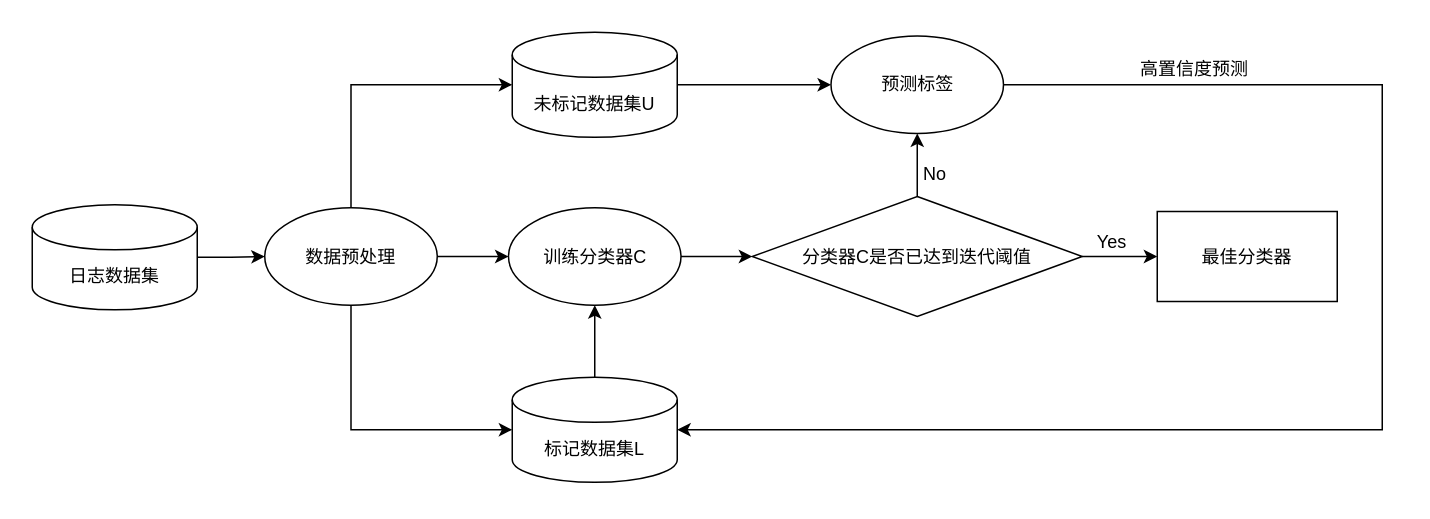
Gleiphir2769/my-draw keeps this draw.io diagram as 4.2-1.drawio. Above is the earlier version. Source tidied: cells renumbered, new cells numbered last; positions are measured from the earlier drawing's top-left corner, leaving out a move shared by most shapes. Both pictures are drawn from the tidied source at 150%, with x=0, y=0 at pixel (32, 32).
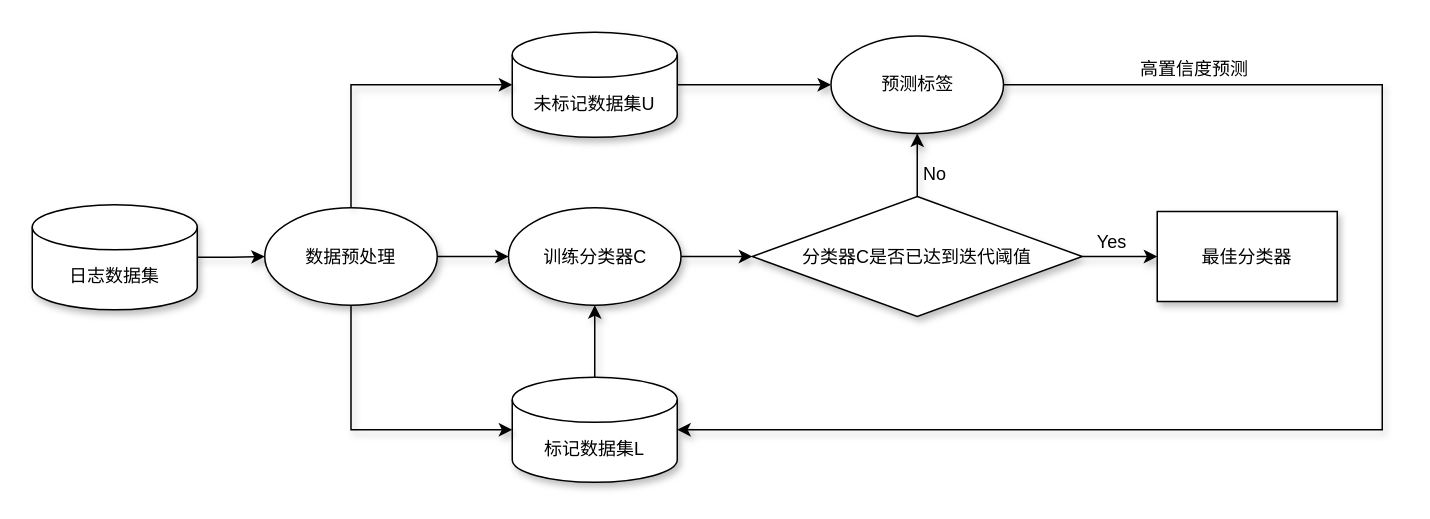
The same diagram, later.

What changed in the source:
```diff
@@
-    <mxCell id="2" style="edgeStyle=orthogonalEdgeStyle;rounded=0;jettySize=auto;html=1;" parent="1" edge="1" source="3" target="8">
+    <mxCell id="2" style="edgeStyle=orthogonalEdgeStyle;rounded=0;jettySize=auto;html=1;shadow=1;" parent="1" edge="1" source="3" target="8">
       <mxGeometry relative="1" as="geometry" />
     </mxCell>
-    <mxCell id="3" value="日志数据集" style="shape=cylinder3;whiteSpace=wrap;html=1;boundedLbl=1;backgroundOutline=1;size=15;" parent="1" vertex="1">
+    <mxCell id="3" value="日志数据集" style="shape=cylinder3;whiteSpace=wrap;html=1;boundedLbl=1;backgroundOutline=1;size=15;shadow=1;" parent="1" vertex="1">
       <mxGeometry y="115" width="110" height="70" as="geometry" />
     </mxCell>
-    <mxCell id="4" style="edgeStyle=orthogonalEdgeStyle;rounded=0;jettySize=auto;html=1;" parent="1" edge="1" source="6" target="15">
+    <mxCell id="4" style="edgeStyle=orthogonalEdgeStyle;rounded=0;jettySize=auto;html=1;shadow=1;" parent="1" edge="1" source="6" target="15">
       <mxGeometry relative="1" as="geometry" />
     </mxCell>
-    <mxCell id="5" style="edgeStyle=orthogonalEdgeStyle;rounded=0;jettySize=auto;html=1;" parent="1" edge="1" source="6" target="18">
+    <mxCell id="5" style="edgeStyle=orthogonalEdgeStyle;rounded=0;jettySize=auto;html=1;shadow=1;" parent="1" edge="1" source="6" target="18">
       <mxGeometry relative="1" as="geometry" />
     </mxCell>
-    <mxCell id="6" value="分类器C是否已达到迭代阈值" style="rhombus;whiteSpace=wrap;html=1;" parent="1" vertex="1">
+    <mxCell id="6" value="分类器C是否已达到迭代阈值" style="rhombus;whiteSpace=wrap;html=1;shadow=1;" parent="1" vertex="1">
       <mxGeometry x="480" y="109.5" width="220" height="80" as="geometry" />
     </mxCell>
-    <mxCell id="7" style="edgeStyle=orthogonalEdgeStyle;rounded=0;jettySize=auto;html=1;" parent="1" edge="1" source="8" target="10">
+    <mxCell id="7" style="edgeStyle=orthogonalEdgeStyle;rounded=0;jettySize=auto;html=1;shadow=1;" parent="1" edge="1" source="8" target="10">
       <mxGeometry relative="1" as="geometry" />
     </mxCell>
-    <mxCell id="8" value="数据预处理" style="ellipse;whiteSpace=wrap;html=1;" parent="1" vertex="1">
+    <mxCell id="8" value="数据预处理" style="ellipse;whiteSpace=wrap;html=1;shadow=1;" parent="1" vertex="1">
       <mxGeometry x="155" y="117" width="115" height="65" as="geometry" />
     </mxCell>
-    <mxCell id="9" style="edgeStyle=orthogonalEdgeStyle;rounded=0;jettySize=auto;html=1;" parent="1" edge="1" source="10" target="6">
+    <mxCell id="9" style="edgeStyle=orthogonalEdgeStyle;rounded=0;jettySize=auto;html=1;shadow=1;" parent="1" edge="1" source="10" target="6">
       <mxGeometry relative="1" as="geometry" />
     </mxCell>
-    <mxCell id="10" value="训练分类器C" style="ellipse;whiteSpace=wrap;html=1;" parent="1" vertex="1">
+    <mxCell id="10" value="训练分类器C" style="ellipse;whiteSpace=wrap;html=1;shadow=1;" parent="1" vertex="1">
       <mxGeometry x="317.5" y="117" width="115" height="65" as="geometry" />
     </mxCell>
-    <mxCell id="11" style="edgeStyle=orthogonalEdgeStyle;rounded=0;jettySize=auto;html=1;" parent="1" edge="1" source="12" target="10">
+    <mxCell id="11" style="edgeStyle=orthogonalEdgeStyle;rounded=0;jettySize=auto;html=1;shadow=1;" parent="1" edge="1" source="12" target="10">
       <mxGeometry relative="1" as="geometry" />
     </mxCell>
-    <mxCell id="12" value="标记数据集L" style="shape=cylinder3;whiteSpace=wrap;html=1;boundedLbl=1;backgroundOutline=1;size=15;" parent="1" vertex="1">
+    <mxCell id="12" value="标记数据集L" style="shape=cylinder3;whiteSpace=wrap;html=1;boundedLbl=1;backgroundOutline=1;size=15;shadow=1;" parent="1" vertex="1">
       <mxGeometry x="320" y="230" width="110" height="70" as="geometry" />
     </mxCell>
-    <mxCell id="13" style="edgeStyle=orthogonalEdgeStyle;rounded=0;jettySize=auto;html=1;" parent="1" edge="1" source="14" target="15">
+    <mxCell id="13" style="edgeStyle=orthogonalEdgeStyle;rounded=0;jettySize=auto;html=1;shadow=1;" parent="1" edge="1" source="14" target="15">
       <mxGeometry relative="1" as="geometry" />
     </mxCell>
-    <mxCell id="14" value="未标记数据集U" style="shape=cylinder3;whiteSpace=wrap;html=1;boundedLbl=1;backgroundOutline=1;size=15;" parent="1" vertex="1">
+    <mxCell id="14" value="未标记数据集U" style="shape=cylinder3;whiteSpace=wrap;html=1;boundedLbl=1;backgroundOutline=1;size=15;shadow=1;" parent="1" vertex="1">
       <mxGeometry x="320" width="110" height="70" as="geometry" />
     </mxCell>
-    <mxCell id="15" value="预测标签" style="ellipse;whiteSpace=wrap;html=1;" parent="1" vertex="1">
+    <mxCell id="15" value="预测标签" style="ellipse;whiteSpace=wrap;html=1;shadow=1;" parent="1" vertex="1">
       <mxGeometry x="532.5" y="2.5" width="115" height="65" as="geometry" />
     </mxCell>
-    <mxCell id="16" style="edgeStyle=orthogonalEdgeStyle;rounded=0;jettySize=auto;html=1;exitX=0.5;exitY=0;exitDx=0;exitDy=0;entryX=0;entryY=0.5;entryDx=0;entryDy=0;entryPerimeter=0;" parent="1" edge="1" source="8" target="14">
+    <mxCell id="16" style="edgeStyle=orthogonalEdgeStyle;rounded=0;jettySize=auto;html=1;exitX=0.5;exitY=0;exitDx=0;exitDy=0;entryX=0;entryY=0.5;entryDx=0;entryDy=0;entryPerimeter=0;shadow=1;" parent="1" edge="1" source="8" target="14">
       <mxGeometry relative="1" as="geometry" />
     </mxCell>
-    <mxCell id="17" style="edgeStyle=orthogonalEdgeStyle;rounded=0;jettySize=auto;html=1;exitX=0.5;exitY=1;exitDx=0;exitDy=0;entryX=0;entryY=0.5;entryDx=0;entryDy=0;entryPerimeter=0;" parent="1" edge="1" source="8" target="12">
+    <mxCell id="17" style="edgeStyle=orthogonalEdgeStyle;rounded=0;jettySize=auto;html=1;exitX=0.5;exitY=1;exitDx=0;exitDy=0;entryX=0;entryY=0.5;entryDx=0;entryDy=0;entryPerimeter=0;shadow=1;" parent="1" edge="1" source="8" target="12">
       <mxGeometry relative="1" as="geometry" />
     </mxCell>
-    <mxCell id="18" value="最佳分类器" style="rounded=0;whiteSpace=wrap;html=1;" parent="1" vertex="1">
+    <mxCell id="18" value="最佳分类器" style="rounded=0;whiteSpace=wrap;html=1;shadow=1;" parent="1" vertex="1">
       <mxGeometry x="750" y="119.5" width="120" height="60" as="geometry" />
     </mxCell>
-    <mxCell id="19" style="edgeStyle=orthogonalEdgeStyle;rounded=0;jettySize=auto;html=1;exitX=1;exitY=0.5;exitDx=0;exitDy=0;entryX=1;entryY=0.5;entryDx=0;entryDy=0;entryPerimeter=0;" parent="1" edge="1" source="15" target="12">
+    <mxCell id="19" style="edgeStyle=orthogonalEdgeStyle;rounded=0;jettySize=auto;html=1;exitX=1;exitY=0.5;exitDx=0;exitDy=0;entryX=1;entryY=0.5;entryDx=0;entryDy=0;entryPerimeter=0;shadow=1;" parent="1" edge="1" source="15" target="12">
       <mxGeometry relative="1" as="geometry">
         <Array as="points">
           <mxPoint x="900" y="35" />
           <mxPoint x="900" y="265" />
         </Array>
       </mxGeometry>
     </mxCell>
-    <mxCell id="20" value="高置信度预测" style="text;html=1;strokeColor=none;fillColor=none;align=center;verticalAlign=middle;whiteSpace=wrap;rounded=0;" parent="1" vertex="1">
+    <mxCell id="20" value="高置信度预测" style="text;html=1;strokeColor=none;fillColor=none;align=center;verticalAlign=middle;whiteSpace=wrap;rounded=0;shadow=1;" parent="1" vertex="1">
       <mxGeometry x="730" y="10" width="90" height="30" as="geometry" />
     </mxCell>
-    <mxCell id="21" value="No" style="text;html=1;strokeColor=none;fillColor=none;align=center;verticalAlign=middle;whiteSpace=wrap;rounded=0;" parent="1" vertex="1">
+    <mxCell id="21" value="No" style="text;html=1;strokeColor=none;fillColor=none;align=center;verticalAlign=middle;whiteSpace=wrap;rounded=0;shadow=1;" parent="1" vertex="1">
       <mxGeometry x="572" y="79.5" width="60" height="30" as="geometry" />
     </mxCell>
-    <mxCell id="22" value="Yes" style="text;html=1;strokeColor=none;fillColor=none;align=center;verticalAlign=middle;whiteSpace=wrap;rounded=0;" parent="1" vertex="1">
+    <mxCell id="22" value="Yes" style="text;html=1;strokeColor=none;fillColor=none;align=center;verticalAlign=middle;whiteSpace=wrap;rounded=0;shadow=1;" parent="1" vertex="1">
       <mxGeometry x="690" y="125" width="60" height="30" as="geometry" />
     </mxCell>
```
